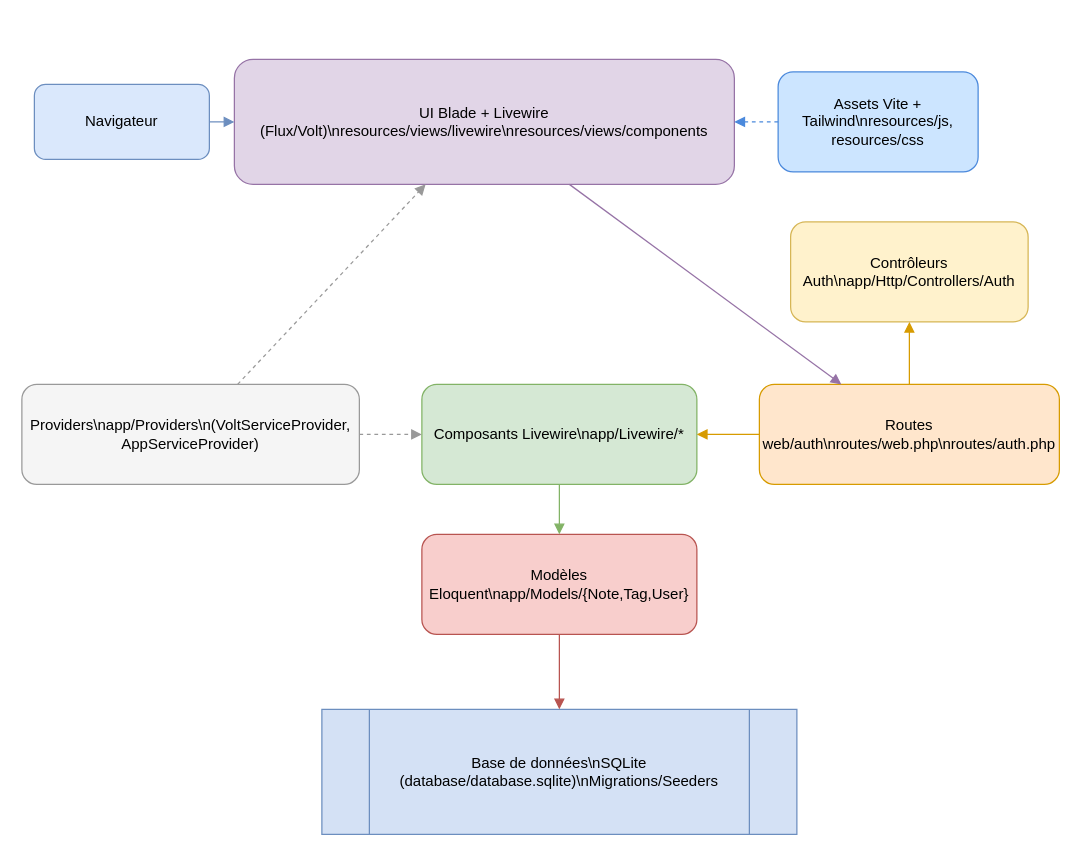
Earlier version of the draw.io diagram archi/architecture.drawio (mathador/projet3_exo1et2). Source tidied: cells renumbered, new cells numbered last; positions are measured from the earlier drawing's top-left corner, leaving out a move shared by most shapes. Both pictures are drawn from the tidied source at 125%, with x=0, y=0 at pixel (21, 59).
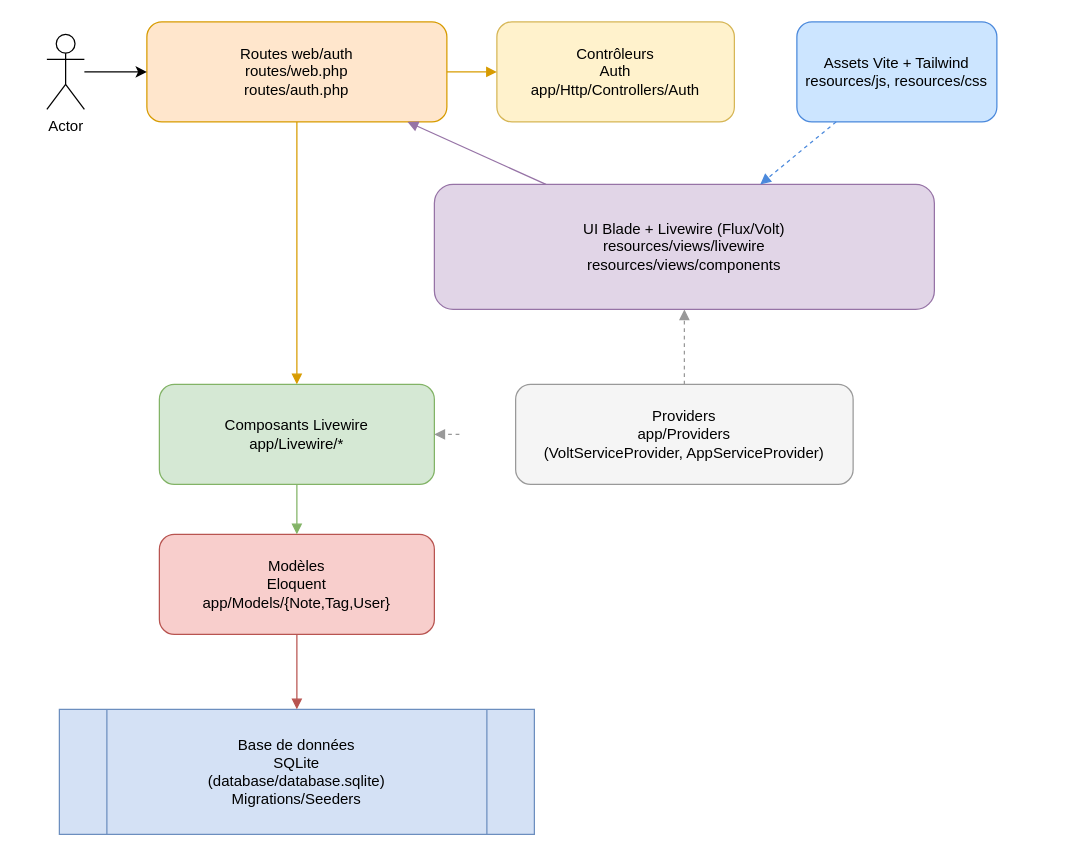
Above is the later version.

Diff of the diagram source:
```diff
@@
-    <mxCell id="2" value="Navigateur" style="rounded=1;whiteSpace=wrap;html=1;fillColor=#dae8fc;strokeColor=#6c8ebf;" parent="1" vertex="1">
-      <mxGeometry x="10" y="20" width="140" height="60" as="geometry" />
-    </mxCell>
-    <mxCell id="3" value="UI Blade + Livewire (Flux/Volt)\nresources/views/livewire\nresources/views/components" style="rounded=1;whiteSpace=wrap;html=1;fillColor=#e1d5e7;strokeColor=#9673a6;" parent="1" vertex="1">
-      <mxGeometry x="170" width="400" height="100" as="geometry" />
+    <mxCell id="3" value="UI Blade + Livewire (Flux/Volt)&lt;br&gt;resources/views/livewire&lt;br&gt;resources/views/components" style="rounded=1;whiteSpace=wrap;html=1;fillColor=#e1d5e7;strokeColor=#9673a6;" parent="1" vertex="1">
+      <mxGeometry x="330" y="100" width="400" height="100" as="geometry" />
     </mxCell>
-    <mxCell id="4" value="Routes web/auth\nroutes/web.php\nroutes/auth.php" style="rounded=1;whiteSpace=wrap;html=1;fillColor=#ffe6cc;strokeColor=#d79b00;" parent="1" vertex="1">
-      <mxGeometry x="590" y="260" width="240" height="80" as="geometry" />
+    <mxCell id="4" value="Routes web/auth&lt;br&gt;routes/web.php&lt;br&gt;routes/auth.php" style="rounded=1;whiteSpace=wrap;html=1;fillColor=#ffe6cc;strokeColor=#d79b00;" parent="1" vertex="1">
+      <mxGeometry x="100" y="-30" width="240" height="80" as="geometry" />
     </mxCell>
-    <mxCell id="5" value="Contrôleurs Auth\napp/Http/Controllers/Auth" style="rounded=1;whiteSpace=wrap;html=1;fillColor=#fff2cc;strokeColor=#d6b656;" parent="1" vertex="1">
-      <mxGeometry x="615" y="130" width="190" height="80" as="geometry" />
+    <mxCell id="5" value="Contrôleurs &lt;br&gt;Auth&lt;br&gt;app/Http/Controllers/Auth" style="rounded=1;whiteSpace=wrap;html=1;fillColor=#fff2cc;strokeColor=#d6b656;" parent="1" vertex="1">
+      <mxGeometry x="380" y="-30" width="190" height="80" as="geometry" />
     </mxCell>
-    <mxCell id="6" value="Composants Livewire\napp/Livewire/*" style="rounded=1;whiteSpace=wrap;html=1;fillColor=#d5e8d4;strokeColor=#82b366;" parent="1" vertex="1">
-      <mxGeometry x="320" y="260" width="220" height="80" as="geometry" />
+    <mxCell id="6" value="Composants Livewire&lt;br&gt;app/Livewire/*" style="rounded=1;whiteSpace=wrap;html=1;fillColor=#d5e8d4;strokeColor=#82b366;" parent="1" vertex="1">
+      <mxGeometry x="110" y="260" width="220" height="80" as="geometry" />
     </mxCell>
-    <mxCell id="7" value="Modèles Eloquent\napp/Models/{Note,Tag,User}" style="rounded=1;whiteSpace=wrap;html=1;fillColor=#f8cecc;strokeColor=#b85450;" parent="1" vertex="1">
-      <mxGeometry x="320" y="380" width="220" height="80" as="geometry" />
+    <mxCell id="7" value="Modèles &lt;br&gt;Eloquent&lt;br&gt;app/Models/{Note,Tag,User}" style="rounded=1;whiteSpace=wrap;html=1;fillColor=#f8cecc;strokeColor=#b85450;" parent="1" vertex="1">
+      <mxGeometry x="110" y="380" width="220" height="80" as="geometry" />
     </mxCell>
-    <mxCell id="8" value="Base de données\nSQLite (database/database.sqlite)\nMigrations/Seeders" style="shape=process;whiteSpace=wrap;html=1;fillColor=#d4e1f5;strokeColor=#6c8ebf;" parent="1" vertex="1">
-      <mxGeometry x="240" y="520" width="380" height="100" as="geometry" />
+    <mxCell id="8" value="Base de données&lt;br&gt;SQLite &lt;br&gt;(database/database.sqlite)&lt;br&gt;Migrations/Seeders" style="shape=process;whiteSpace=wrap;html=1;fillColor=#d4e1f5;strokeColor=#6c8ebf;" parent="1" vertex="1">
+      <mxGeometry x="30" y="520" width="380" height="100" as="geometry" />
     </mxCell>
-    <mxCell id="9" value="Assets Vite + Tailwind\nresources/js, resources/css" style="rounded=1;whiteSpace=wrap;html=1;fillColor=#cce5ff;strokeColor=#4b89dc;" parent="1" vertex="1">
-      <mxGeometry x="605" y="10" width="160" height="80" as="geometry" />
+    <mxCell id="9" value="Assets Vite + Tailwind&lt;br&gt;resources/js, resources/css" style="rounded=1;whiteSpace=wrap;html=1;fillColor=#cce5ff;strokeColor=#4b89dc;" parent="1" vertex="1">
+      <mxGeometry x="620" y="-30" width="160" height="80" as="geometry" />
     </mxCell>
-    <mxCell id="10" value="Providers\napp/Providers\n(VoltServiceProvider, AppServiceProvider)" style="rounded=1;whiteSpace=wrap;html=1;fillColor=#f5f5f5;strokeColor=#999999;" parent="1" vertex="1">
-      <mxGeometry y="260" width="270" height="80" as="geometry" />
+    <mxCell id="10" value="Providers&lt;br&gt;app/Providers&lt;br&gt;(VoltServiceProvider, AppServiceProvider)" style="rounded=1;whiteSpace=wrap;html=1;fillColor=#f5f5f5;strokeColor=#999999;" parent="1" vertex="1">
+      <mxGeometry x="395" y="260" width="270" height="80" as="geometry" />
     </mxCell>
-    <mxCell id="11" style="endArrow=block;html=1;strokeColor=#6c8ebf;" parent="1" edge="1" source="2" target="3">
-      <mxGeometry relative="1" as="geometry" />
-    </mxCell>
@@
-    <mxCell id="19" style="endArrow=block;dashed=1;html=1;strokeColor=#999999;" parent="1" edge="1" source="10" target="6">
-      <mxGeometry relative="1" as="geometry" />
+    <mxCell id="19" style="endArrow=block;dashed=1;html=1;strokeColor=#999999;" parent="1" edge="1" target="6">
+      <mxGeometry relative="1" as="geometry">
+        <mxPoint x="350" y="300" as="sourcePoint" />
+      </mxGeometry>
     </mxCell>
+    <mxCell id="20" style="edgeStyle=none;html=1;entryX=0;entryY=0.5;entryDx=0;entryDy=0;" parent="1" edge="1" source="21" target="4">
+      <mxGeometry relative="1" as="geometry" />
+    </mxCell>
+    <mxCell id="21" value="Actor" style="shape=umlActor;verticalLabelPosition=bottom;verticalAlign=top;html=1;outlineConnect=0;" parent="1" vertex="1">
+      <mxGeometry x="20" y="-20" width="30" height="60" as="geometry" />
+    </mxCell>
```
